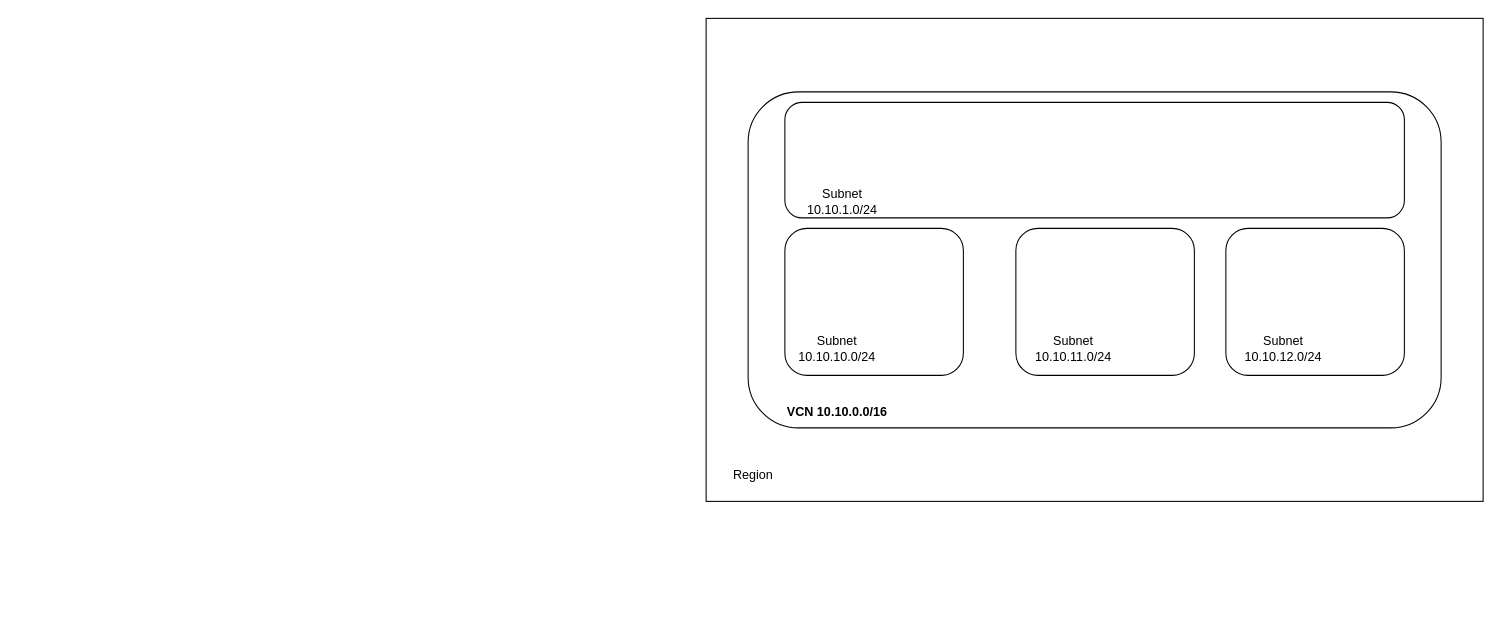
This is Untitled Diagram.drawio from Auriel3003/Auriel3003, a draw.io file, before an edit. Source tidied: cells renumbered, new cells numbered last; positions are measured from the earlier drawing's top-left corner, leaving out a move shared by most shapes. Both pictures are drawn from the tidied source at 105%, with x=0, y=0 at pixel (706, 18).
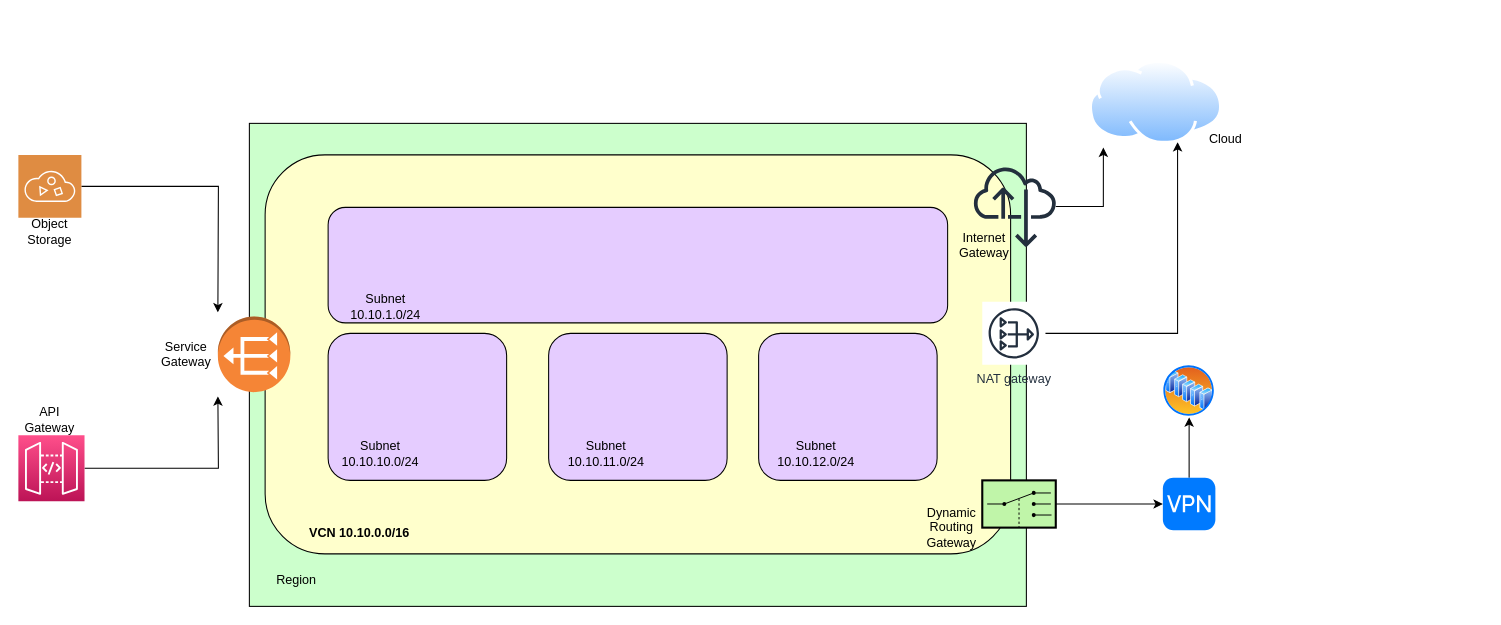
The same page after the edit.

Change to the diagram source:
```diff
@@
-    <mxCell id="2" style="rounded=0;whiteSpace=wrap;html=1;" parent="1" vertex="1">
-      <mxGeometry width="740" height="460" as="geometry" />
+    <mxCell id="2" style="rounded=0;whiteSpace=wrap;html=1;fillColor=#CCFFCC;" parent="1" vertex="1">
+      <mxGeometry x="-435" y="100" width="740" height="460" as="geometry" />
     </mxCell>
-    <mxCell id="3" style="rounded=1;whiteSpace=wrap;html=1;" parent="1" vertex="1">
-      <mxGeometry x="40" y="70" width="660" height="320" as="geometry" />
+    <mxCell id="3" style="rounded=1;whiteSpace=wrap;html=1;fillColor=#FFFFCC;" parent="1" vertex="1">
+      <mxGeometry x="-420" y="130" width="710" height="380" as="geometry" />
     </mxCell>
     <mxCell id="4" value="Region" style="text;html=1;strokeColor=none;fillColor=none;align=center;verticalAlign=middle;whiteSpace=wrap;rounded=0;" parent="1" vertex="1">
-      <mxGeometry x="15" y="420" width="60" height="30" as="geometry" />
+      <mxGeometry x="-420" y="520" width="60" height="30" as="geometry" />
     </mxCell>
     <mxCell id="5" value="VCN 10.10.0.0/16" style="text;html=1;strokeColor=none;fillColor=none;align=center;verticalAlign=middle;whiteSpace=wrap;rounded=0;fontStyle=1;" parent="1" vertex="1">
-      <mxGeometry x="65" y="360" width="120" height="30" as="geometry" />
+      <mxGeometry x="-390" y="475" width="120" height="30" as="geometry" />
     </mxCell>
-    <mxCell id="6" style="rounded=1;whiteSpace=wrap;html=1;" parent="1" vertex="1">
-      <mxGeometry x="75" y="80" width="590" height="110" as="geometry" />
+    <mxCell id="6" style="rounded=1;whiteSpace=wrap;html=1;fillColor=#E5CCFF;" parent="1" vertex="1">
+      <mxGeometry x="-360" y="180" width="590" height="110" as="geometry" />
     </mxCell>
-    <mxCell id="7" style="rounded=1;whiteSpace=wrap;html=1;" parent="1" vertex="1">
-      <mxGeometry x="75" y="200" width="170" height="140" as="geometry" />
+    <mxCell id="7" style="rounded=1;whiteSpace=wrap;html=1;fillColor=#E5CCFF;" parent="1" vertex="1">
+      <mxGeometry x="-360" y="300" width="170" height="140" as="geometry" />
     </mxCell>
-    <mxCell id="8" style="rounded=1;whiteSpace=wrap;html=1;" parent="1" vertex="1">
-      <mxGeometry x="295" y="200" width="170" height="140" as="geometry" />
+    <mxCell id="8" style="rounded=1;whiteSpace=wrap;html=1;fillColor=#E5CCFF;" parent="1" vertex="1">
+      <mxGeometry x="-150" y="300" width="170" height="140" as="geometry" />
     </mxCell>
-    <mxCell id="9" style="rounded=1;whiteSpace=wrap;html=1;" parent="1" vertex="1">
-      <mxGeometry x="495" y="200" width="170" height="140" as="geometry" />
+    <mxCell id="9" style="rounded=1;whiteSpace=wrap;html=1;fillColor=#E5CCFF;" parent="1" vertex="1">
+      <mxGeometry x="50" y="300" width="170" height="140" as="geometry" />
     </mxCell>
     <mxCell id="10" value="Subnet 10.10.1.0/24" style="text;html=1;strokeColor=none;fillColor=none;align=center;verticalAlign=middle;whiteSpace=wrap;rounded=0;" parent="1" vertex="1">
-      <mxGeometry x="85" y="160" width="90" height="30" as="geometry" />
+      <mxGeometry x="-350" y="260" width="90" height="30" as="geometry" />
     </mxCell>
     <mxCell id="11" value="Subnet 10.10.10.0/24" style="text;html=1;strokeColor=none;fillColor=none;align=center;verticalAlign=middle;whiteSpace=wrap;rounded=0;" parent="1" vertex="1">
-      <mxGeometry x="80" y="300" width="90" height="30" as="geometry" />
+      <mxGeometry x="-355" y="400" width="90" height="30" as="geometry" />
     </mxCell>
     <mxCell id="12" value="Subnet 10.10.11.0/24" style="text;html=1;strokeColor=none;fillColor=none;align=center;verticalAlign=middle;whiteSpace=wrap;rounded=0;" parent="1" vertex="1">
-      <mxGeometry x="305" y="300" width="90" height="30" as="geometry" />
+      <mxGeometry x="-140" y="400" width="90" height="30" as="geometry" />
     </mxCell>
     <mxCell id="13" value="Subnet 10.10.12.0/24" style="text;html=1;strokeColor=none;fillColor=none;align=center;verticalAlign=middle;whiteSpace=wrap;rounded=0;" parent="1" vertex="1">
-      <mxGeometry x="505" y="300" width="90" height="30" as="geometry" />
+      <mxGeometry x="60" y="400" width="90" height="30" as="geometry" />
     </mxCell>
+    <mxCell id="14" style="edgeStyle=orthogonalEdgeStyle;rounded=0;jettySize=auto;html=1;entryX=0.105;entryY=1.038;entryDx=0;entryDy=0;entryPerimeter=0;" parent="1" edge="1" source="15" target="22">
+      <mxGeometry relative="1" as="geometry" />
+    </mxCell>
+    <mxCell id="15" style="sketch=0;outlineConnect=0;fontColor=#232F3E;gradientColor=none;fillColor=#232F3D;strokeColor=none;dashed=0;verticalLabelPosition=bottom;verticalAlign=top;align=center;html=1;fontSize=12;fontStyle=0;shape=mxgraph.aws4.internet_alt22;" parent="1" vertex="1">
+      <mxGeometry x="255" y="140" width="78" height="78" as="geometry" />
+    </mxCell>
+    <mxCell id="16" style="edgeStyle=orthogonalEdgeStyle;rounded=0;jettySize=auto;html=1;" parent="1" edge="1" source="17" target="22">
+      <mxGeometry relative="1" as="geometry">
+        <Array as="points">
+          <mxPoint x="449" y="300" />
+        </Array>
+      </mxGeometry>
+    </mxCell>
+    <mxCell id="17" value="NAT gateway" style="sketch=0;outlineConnect=0;fontColor=#232F3E;gradientColor=none;strokeColor=#232F3E;fillColor=#ffffff;dashed=0;verticalLabelPosition=bottom;verticalAlign=top;align=center;html=1;fontSize=12;fontStyle=0;shape=mxgraph.aws4.resourceIcon;resIcon=mxgraph.aws4.nat_gateway;" parent="1" vertex="1">
+      <mxGeometry x="263" y="270" width="60" height="60" as="geometry" />
+    </mxCell>
+    <mxCell id="18" style="edgeStyle=orthogonalEdgeStyle;rounded=0;jettySize=auto;html=1;" parent="1" edge="1" source="19" target="24">
+      <mxGeometry relative="1" as="geometry" />
+    </mxCell>
+    <mxCell id="19" style="strokeWidth=2;outlineConnect=0;dashed=0;align=center;fontSize=8;fillColor=#c0f5a9;verticalLabelPosition=bottom;verticalAlign=top;shape=mxgraph.eip.dynamic_router;" parent="1" vertex="1">
+      <mxGeometry x="263" y="440" width="70" height="45" as="geometry" />
+    </mxCell>
+    <mxCell id="20" value="Internet Gateway" style="text;html=1;strokeColor=none;fillColor=none;align=center;verticalAlign=middle;whiteSpace=wrap;rounded=0;" parent="1" vertex="1">
+      <mxGeometry x="225" y="200" width="80" height="32" as="geometry" />
+    </mxCell>
+    <mxCell id="21" value="Dynamic Routing Gateway" style="text;html=1;strokeColor=none;fillColor=none;align=center;verticalAlign=middle;whiteSpace=wrap;rounded=0;" parent="1" vertex="1">
+      <mxGeometry x="204" y="465" width="60" height="40" as="geometry" />
+    </mxCell>
+    <mxCell id="22" style="perimeter=ellipsePerimeter;html=1;align=center;shadow=0;dashed=0;spacingTop=3;image;image=img/lib/active_directory/internet_cloud.svg;fillColor=#E5CCFF;" parent="1" vertex="1">
+      <mxGeometry x="365" y="40" width="127" height="80" as="geometry" />
+    </mxCell>
+    <mxCell id="23" style="edgeStyle=orthogonalEdgeStyle;rounded=0;jettySize=auto;html=1;entryX=0.5;entryY=1;entryDx=0;entryDy=0;" parent="1" edge="1" source="24" target="25">
+      <mxGeometry relative="1" as="geometry" />
+    </mxCell>
+    <mxCell id="24" style="html=1;strokeWidth=1;shadow=0;dashed=0;shape=mxgraph.ios7.misc.vpn;fillColor=#007AFF;strokeColor=none;buttonText=;strokeColor2=#222222;fontColor=#222222;fontSize=8;verticalLabelPosition=bottom;verticalAlign=top;align=center;sketch=0;" parent="1" vertex="1">
+      <mxGeometry x="435" y="437.5" width="50" height="50" as="geometry" />
+    </mxCell>
+    <mxCell id="25" style="perimeter=ellipsePerimeter;html=1;align=center;shadow=0;dashed=0;spacingTop=3;image;image=img/lib/active_directory/server_farm.svg;fillColor=#E5CCFF;" parent="1" vertex="1">
+      <mxGeometry x="435" y="330" width="50" height="50" as="geometry" />
+    </mxCell>
+    <mxCell id="26" value="Cloud" style="text;html=1;strokeColor=none;fillColor=none;align=center;verticalAlign=middle;whiteSpace=wrap;rounded=0;" parent="1" vertex="1">
+      <mxGeometry x="465" y="100" width="60" height="30" as="geometry" />
+    </mxCell>
+    <mxCell id="27" style="dashed=0;verticalLabelPosition=bottom;verticalAlign=top;align=center;html=1;shape=mxgraph.aws3.vpc_nat_gateway;fillColor=#F58536;gradientColor=none;rotation=-180;" parent="1" vertex="1">
+      <mxGeometry x="-465" y="284" width="69" height="72" as="geometry" />
+    </mxCell>
+    <mxCell id="28" value="Service Gateway" style="text;html=1;strokeColor=none;fillColor=none;align=center;verticalAlign=middle;whiteSpace=wrap;rounded=0;" parent="1" vertex="1">
+      <mxGeometry x="-525" y="305" width="60" height="30" as="geometry" />
+    </mxCell>
+    <mxCell id="29" style="edgeStyle=orthogonalEdgeStyle;rounded=0;jettySize=auto;html=1;" parent="1" edge="1" source="30">
+      <mxGeometry relative="1" as="geometry">
+        <mxPoint x="-465" y="280" as="targetPoint" />
+      </mxGeometry>
+    </mxCell>
+    <mxCell id="30" style="sketch=0;shadow=0;dashed=0;html=1;strokeColor=none;fillColor=#DF8C42;labelPosition=center;verticalLabelPosition=bottom;verticalAlign=top;align=center;outlineConnect=0;shape=mxgraph.veeam2.object_storage_support;" parent="1" vertex="1">
+      <mxGeometry x="-655" y="130" width="60" height="60" as="geometry" />
+    </mxCell>
+    <mxCell id="31" style="edgeStyle=orthogonalEdgeStyle;rounded=0;jettySize=auto;html=1;" parent="1" edge="1" source="32">
+      <mxGeometry relative="1" as="geometry">
+        <mxPoint x="-465" y="360" as="targetPoint" />
+      </mxGeometry>
+    </mxCell>
+    <mxCell id="32" style="sketch=0;points=[[0,0,0],[0.25,0,0],[0.5,0,0],[0.75,0,0],[1,0,0],[0,1,0],[0.25,1,0],[0.5,1,0],[0.75,1,0],[1,1,0],[0,0.25,0],[0,0.5,0],[0,0.75,0],[1,0.25,0],[1,0.5,0],[1,0.75,0]];outlineConnect=0;fontColor=#232F3E;gradientColor=#FF4F8B;gradientDirection=north;fillColor=#BC1356;strokeColor=#ffffff;dashed=0;verticalLabelPosition=bottom;verticalAlign=top;align=center;html=1;fontSize=12;fontStyle=0;shape=mxgraph.aws4.resourceIcon;resIcon=mxgraph.aws4.api_gateway;" parent="1" vertex="1">
+      <mxGeometry x="-655" y="397" width="63" height="63" as="geometry" />
+    </mxCell>
+    <mxCell id="33" value="&lt;div&gt;Object Storage&lt;/div&gt;" style="text;html=1;strokeColor=none;fillColor=none;align=center;verticalAlign=middle;whiteSpace=wrap;rounded=0;" parent="1" vertex="1">
+      <mxGeometry x="-655" y="188" width="60" height="30" as="geometry" />
+    </mxCell>
+    <mxCell id="34" value="&lt;div&gt;API Gateway&lt;/div&gt;" style="text;html=1;strokeColor=none;fillColor=none;align=center;verticalAlign=middle;whiteSpace=wrap;rounded=0;" parent="1" vertex="1">
+      <mxGeometry x="-655" y="367" width="60" height="30" as="geometry" />
+    </mxCell>
```
